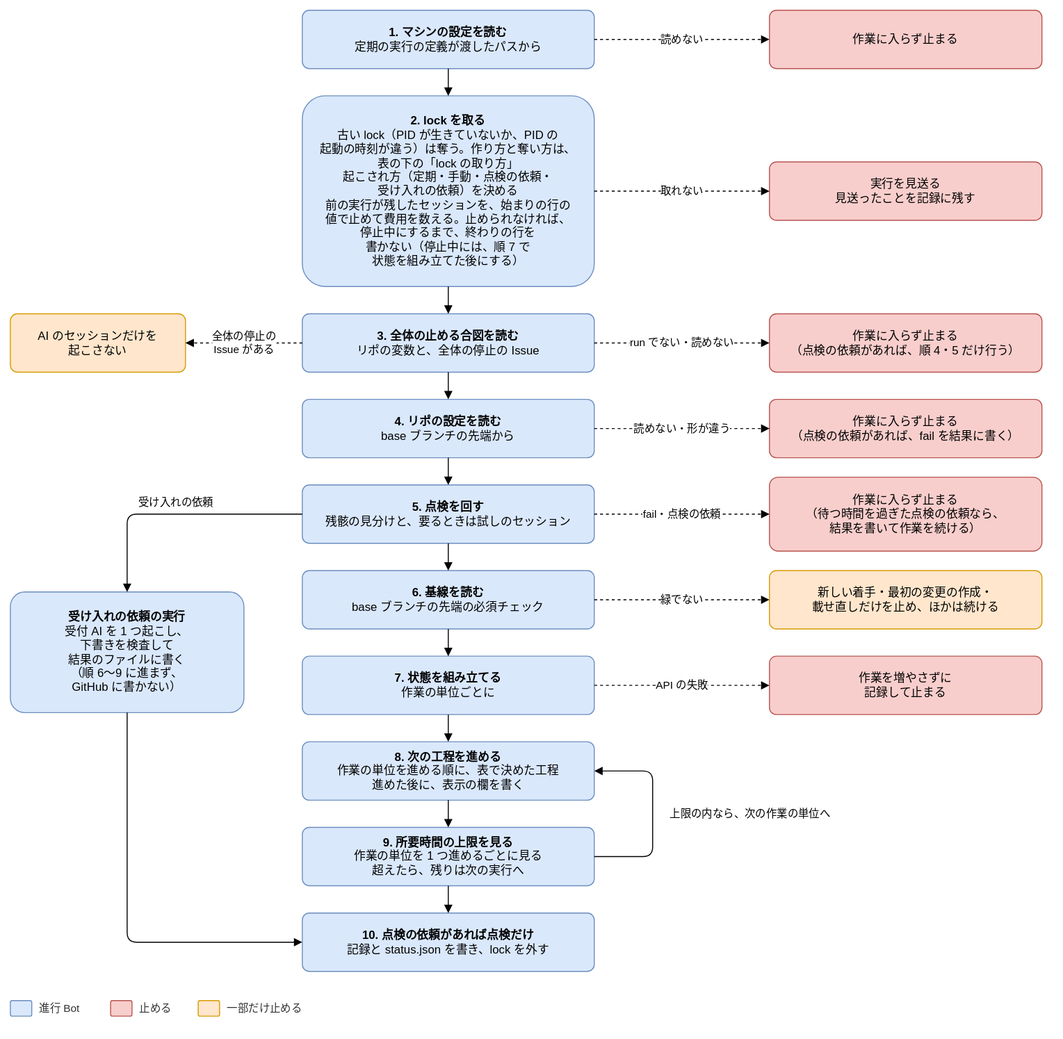
The draw.io diagram docs/design/basic/diagrams/02-run-flow.drawio.svg in Joymerrevent/dev-autopilot, before a commit. Source tidied: cells renumbered, new cells last; positions are measured from the earlier drawing's top-left corner, leaving out a move shared by most shapes.
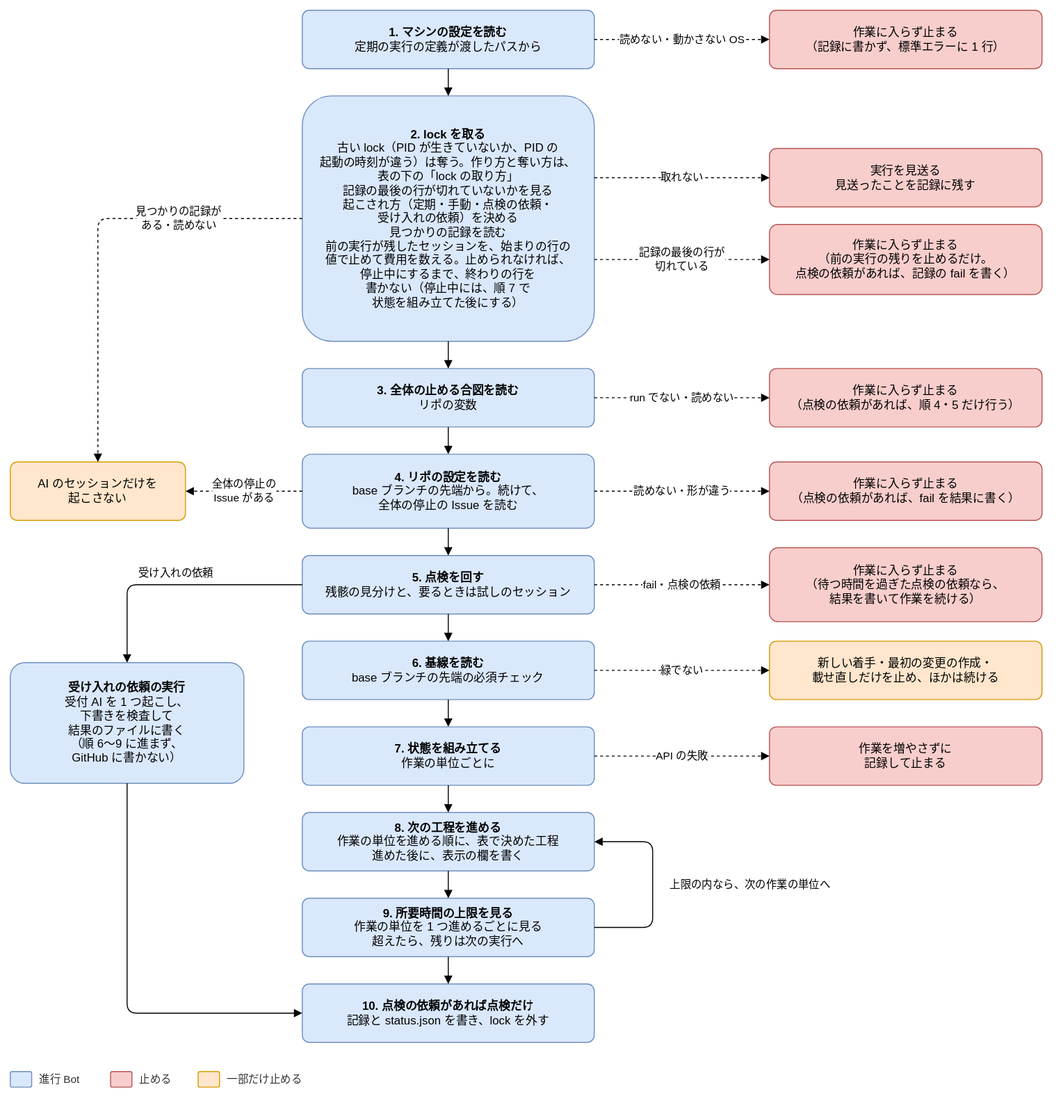
After the change.

Diff of the diagram source:
```diff
@@ -3,46 +3,52 @@
     <mxCell id="0" />
     <mxCell id="1" parent="0" />
     <mxCell id="2" value="&lt;b&gt;1. マシンの設定を読む&lt;/b&gt;&lt;br&gt;定期の実行の定義が渡したパスから" style="rounded=1;whiteSpace=wrap;html=1;fontSize=12;arcSize=12;spacing=12;fillColor=#dae8fc;strokeColor=#6c8ebf;" parent="1" vertex="1">
-      <mxGeometry x="300" width="300" height="60" as="geometry" />
+      <mxGeometry x="300" y="-72" width="300" height="60" as="geometry" />
     </mxCell>
-    <mxCell id="3" value="作業に入らず止まる" style="rounded=1;whiteSpace=wrap;html=1;fontSize=12;arcSize=12;spacing=12;fillColor=#f8cecc;strokeColor=#b85450;" parent="1" vertex="1">
-      <mxGeometry x="780" width="280" height="60" as="geometry" />
+    <mxCell id="3" value="作業に入らず止まる&lt;br&gt;（記録に書かず、標準エラーに 1 行）" style="rounded=1;whiteSpace=wrap;html=1;fontSize=12;arcSize=12;spacing=12;fillColor=#f8cecc;strokeColor=#b85450;" parent="1" vertex="1">
+      <mxGeometry x="780" y="-72" width="280" height="60" as="geometry" />
     </mxCell>
-    <mxCell id="4" value="読めない" style="edgeStyle=orthogonalEdgeStyle;rounded=1;html=1;endArrow=block;endFill=1;fontSize=11;labelBackgroundColor=#ffffff;dashed=1;exitX=1;exitY=0.5;exitDx=0;exitDy=0;entryX=0;entryY=0.5;entryDx=0;entryDy=0;" parent="1" edge="1" source="2" target="3">
+    <mxCell id="4" value="読めない・動かさない OS" style="edgeStyle=orthogonalEdgeStyle;rounded=1;html=1;endArrow=block;endFill=1;fontSize=11;labelBackgroundColor=#ffffff;dashed=1;exitX=1;exitY=0.5;exitDx=0;exitDy=0;entryX=0;entryY=0.5;entryDx=0;entryDy=0;" parent="1" edge="1" source="2" target="3">
       <mxGeometry relative="1" as="geometry" />
     </mxCell>
-    <mxCell id="5" value="&lt;b&gt;2. lock を取る&lt;/b&gt;&lt;br&gt;古い lock（PID が生きていないか、PID の&lt;br&gt;起動の時刻が違う）は奪う。作り方と奪い方は、&lt;br&gt;表の下の「lock の取り方」&lt;br&gt;起こされ方（定期・手動・点検の依頼・&lt;br&gt;受け入れの依頼）を決める&lt;br&gt;前の実行が残したセッションを、始まりの行の&lt;br&gt;値で止めて費用を数える。止められなければ、&lt;br&gt;停止中にするまで、終わりの行を&lt;br&gt;書かない（停止中には、順 7 で&lt;br&gt;状態を組み立てた後にする）" style="rounded=1;whiteSpace=wrap;html=1;fontSize=12;arcSize=12;spacing=12;fillColor=#dae8fc;strokeColor=#6c8ebf;" parent="1" vertex="1">
-      <mxGeometry x="300" y="88" width="300" height="196" as="geometry" />
+    <mxCell id="5" value="&lt;b&gt;2. lock を取る&lt;/b&gt;&lt;br&gt;古い lock（PID が生きていないか、PID の&lt;br&gt;起動の時刻が違う）は奪う。作り方と奪い方は、&lt;br&gt;表の下の「lock の取り方」&lt;br&gt;記録の最後の行が切れていないかを見る&lt;br&gt;起こされ方（定期・手動・点検の依頼・&lt;br&gt;受け入れの依頼）を決める&lt;br&gt;見つかりの記録を読む&lt;br&gt;前の実行が残したセッションを、始まりの行の&lt;br&gt;値で止めて費用を数える。止められなければ、&lt;br&gt;停止中にするまで、終わりの行を&lt;br&gt;書かない（停止中には、順 7 で&lt;br&gt;状態を組み立てた後にする）" style="rounded=1;whiteSpace=wrap;html=1;fontSize=12;arcSize=12;spacing=12;fillColor=#dae8fc;strokeColor=#6c8ebf;" parent="1" vertex="1">
+      <mxGeometry x="300" y="16" width="300" height="252" as="geometry" />
     </mxCell>
     <mxCell id="6" style="edgeStyle=orthogonalEdgeStyle;rounded=1;html=1;endArrow=block;endFill=1;fontSize=11;labelBackgroundColor=#ffffff;exitX=0.5;exitY=1;exitDx=0;exitDy=0;entryX=0.5;entryY=0;entryDx=0;entryDy=0;" parent="1" edge="1" source="2" target="5">
       <mxGeometry relative="1" as="geometry" />
     </mxCell>
     <mxCell id="7" value="実行を見送る&lt;br&gt;見送ったことを記録に残す" style="rounded=1;whiteSpace=wrap;html=1;fontSize=12;arcSize=12;spacing=12;fillColor=#f8cecc;strokeColor=#b85450;" parent="1" vertex="1">
-      <mxGeometry x="780" y="156" width="280" height="60" as="geometry" />
+      <mxGeometry x="780" y="70" width="280" height="60" as="geometry" />
     </mxCell>
-    <mxCell id="8" value="取れない" style="edgeStyle=orthogonalEdgeStyle;rounded=1;html=1;endArrow=block;endFill=1;fontSize=11;labelBackgroundColor=#ffffff;dashed=1;exitX=1;exitY=0.5;exitDx=0;exitDy=0;entryX=0;entryY=0.5;entryDx=0;entryDy=0;" parent="1" edge="1" source="5" target="7">
+    <mxCell id="8" value="取れない" style="edgeStyle=orthogonalEdgeStyle;rounded=1;html=1;endArrow=block;endFill=1;fontSize=11;labelBackgroundColor=#ffffff;dashed=1;exitX=1;exitY=0.3333333333333333;exitDx=0;exitDy=0;entryX=0;entryY=0.5;entryDx=0;entryDy=0;" parent="1" edge="1" source="5" target="7">
       <mxGeometry relative="1" as="geometry" />
     </mxCell>
+    <mxCell id="47" value="作業に入らず止まる&lt;br&gt;（前の実行の残りを止めるだけ。&lt;br&gt;点検の依頼があれば、記録の fail を書く）" style="rounded=1;whiteSpace=wrap;html=1;fontSize=12;arcSize=12;spacing=12;fillColor=#f8cecc;strokeColor=#b85450;" parent="1" vertex="1">
+      <mxGeometry x="780" y="148" width="280" height="72" as="geometry" />
+    </mxCell>
+    <mxCell id="48" value="記録の最後の行が&lt;br&gt;切れている" style="edgeStyle=orthogonalEdgeStyle;rounded=1;html=1;endArrow=block;endFill=1;fontSize=11;labelBackgroundColor=#ffffff;dashed=1;exitX=1;exitY=0.6666666666666666;exitDx=0;exitDy=0;entryX=0;entryY=0.5;entryDx=0;entryDy=0;" parent="1" edge="1" source="5" target="47">
+      <mxGeometry relative="1" as="geometry" />
+    </mxCell>
-    <mxCell id="9" value="&lt;b&gt;3. 全体の止める合図を読む&lt;/b&gt;&lt;br&gt;リポの変数と、全体の停止の Issue" style="rounded=1;whiteSpace=wrap;html=1;fontSize=12;arcSize=12;spacing=12;fillColor=#dae8fc;strokeColor=#6c8ebf;" parent="1" vertex="1">
-      <mxGeometry x="300" y="312" width="300" height="60" as="geometry" />
+    <mxCell id="9" value="&lt;b&gt;3. 全体の止める合図を読む&lt;/b&gt;&lt;br&gt;リポの変数" style="rounded=1;whiteSpace=wrap;html=1;fontSize=12;arcSize=12;spacing=12;fillColor=#dae8fc;strokeColor=#6c8ebf;" parent="1" vertex="1">
+      <mxGeometry x="300" y="296" width="300" height="60" as="geometry" />
     </mxCell>
     <mxCell id="10" style="edgeStyle=orthogonalEdgeStyle;rounded=1;html=1;endArrow=block;endFill=1;fontSize=11;labelBackgroundColor=#ffffff;exitX=0.5;exitY=1;exitDx=0;exitDy=0;entryX=0.5;entryY=0;entryDx=0;entryDy=0;" parent="1" edge="1" source="5" target="9">
       <mxGeometry relative="1" as="geometry" />
     </mxCell>
     <mxCell id="11" value="作業に入らず止まる&lt;br&gt;（点検の依頼があれば、順 4・5 だけ行う）" style="rounded=1;whiteSpace=wrap;html=1;fontSize=12;arcSize=12;spacing=12;fillColor=#f8cecc;strokeColor=#b85450;" parent="1" vertex="1">
-      <mxGeometry x="780" y="312" width="280" height="60" as="geometry" />
+      <mxGeometry x="780" y="296" width="280" height="60" as="geometry" />
     </mxCell>
     <mxCell id="12" value="run でない・読めない" style="edgeStyle=orthogonalEdgeStyle;rounded=1;html=1;endArrow=block;endFill=1;fontSize=11;labelBackgroundColor=#ffffff;dashed=1;exitX=1;exitY=0.5;exitDx=0;exitDy=0;entryX=0;entryY=0.5;entryDx=0;entryDy=0;" parent="1" edge="1" source="9" target="11">
       <mxGeometry relative="1" as="geometry" />
     </mxCell>
-    <mxCell id="13" value="&lt;b&gt;4. リポの設定を読む&lt;/b&gt;&lt;br&gt;base ブランチの先端から" style="rounded=1;whiteSpace=wrap;html=1;fontSize=12;arcSize=12;spacing=12;fillColor=#dae8fc;strokeColor=#6c8ebf;" parent="1" vertex="1">
-      <mxGeometry x="300" y="400" width="300" height="60" as="geometry" />
+    <mxCell id="13" value="&lt;b&gt;4. リポの設定を読む&lt;/b&gt;&lt;br&gt;base ブランチの先端から。続けて、&lt;br&gt;全体の停止の Issue を読む" style="rounded=1;whiteSpace=wrap;html=1;fontSize=12;arcSize=12;spacing=12;fillColor=#dae8fc;strokeColor=#6c8ebf;" parent="1" vertex="1">
+      <mxGeometry x="300" y="384" width="300" height="76" as="geometry" />
     </mxCell>
     <mxCell id="14" style="edgeStyle=orthogonalEdgeStyle;rounded=1;html=1;endArrow=block;endFill=1;fontSize=11;labelBackgroundColor=#ffffff;exitX=0.5;exitY=1;exitDx=0;exitDy=0;entryX=0.5;entryY=0;entryDx=0;entryDy=0;" parent="1" edge="1" source="9" target="13">
       <mxGeometry relative="1" as="geometry" />
     </mxCell>
     <mxCell id="15" value="作業に入らず止まる&lt;br&gt;（点検の依頼があれば、fail を結果に書く）" style="rounded=1;whiteSpace=wrap;html=1;fontSize=12;arcSize=12;spacing=12;fillColor=#f8cecc;strokeColor=#b85450;" parent="1" vertex="1">
-      <mxGeometry x="780" y="400" width="280" height="60" as="geometry" />
+      <mxGeometry x="780" y="392" width="280" height="60" as="geometry" />
     </mxCell>
     <mxCell id="16" value="読めない・形が違う" style="edgeStyle=orthogonalEdgeStyle;rounded=1;html=1;endArrow=block;endFill=1;fontSize=11;labelBackgroundColor=#ffffff;dashed=1;exitX=1;exitY=0.5;exitDx=0;exitDy=0;entryX=0;entryY=0.5;entryDx=0;entryDy=0;" parent="1" edge="1" source="13" target="15">
       <mxGeometry relative="1" as="geometry" />
@@ -140,10 +146,13 @@
       <mxGeometry relative="1" as="geometry" />
     </mxCell>
     <mxCell id="45" value="AI のセッションだけを&lt;br&gt;起こさない" style="rounded=1;whiteSpace=wrap;html=1;fontSize=12;arcSize=12;spacing=12;fillColor=#ffe6cc;strokeColor=#d79b00;" parent="1" vertex="1">
-      <mxGeometry y="312" width="180" height="60" as="geometry" />
+      <mxGeometry y="392" width="180" height="60" as="geometry" />
     </mxCell>
-    <mxCell id="46" value="全体の停止の&lt;br&gt;Issue がある" style="edgeStyle=orthogonalEdgeStyle;rounded=1;html=1;endArrow=block;endFill=1;fontSize=11;labelBackgroundColor=#ffffff;dashed=1;exitX=0;exitY=0.5;exitDx=0;exitDy=0;entryX=1;entryY=0.5;entryDx=0;entryDy=0;" parent="1" edge="1" source="9" target="45">
+    <mxCell id="46" value="全体の停止の&lt;br&gt;Issue がある" style="edgeStyle=orthogonalEdgeStyle;rounded=1;html=1;endArrow=block;endFill=1;fontSize=11;labelBackgroundColor=#ffffff;dashed=1;exitX=0;exitY=0.5;exitDx=0;exitDy=0;entryX=1;entryY=0.5;entryDx=0;entryDy=0;" parent="1" edge="1" source="13" target="45">
       <mxGeometry relative="1" as="geometry" />
     </mxCell>
+    <mxCell id="49" value="見つかりの記録が&lt;br&gt;ある・読めない" style="edgeStyle=orthogonalEdgeStyle;rounded=1;html=1;endArrow=block;endFill=1;fontSize=11;labelBackgroundColor=#ffffff;dashed=1;exitX=0;exitY=0.5;exitDx=0;exitDy=0;entryX=0.5;entryY=0;entryDx=0;entryDy=0;" parent="1" edge="1" source="5" target="45">
+      <mxGeometry x="-0.45" relative="1" as="geometry" />
+    </mxCell>
   </root>
 </mxGraphModel>
```
